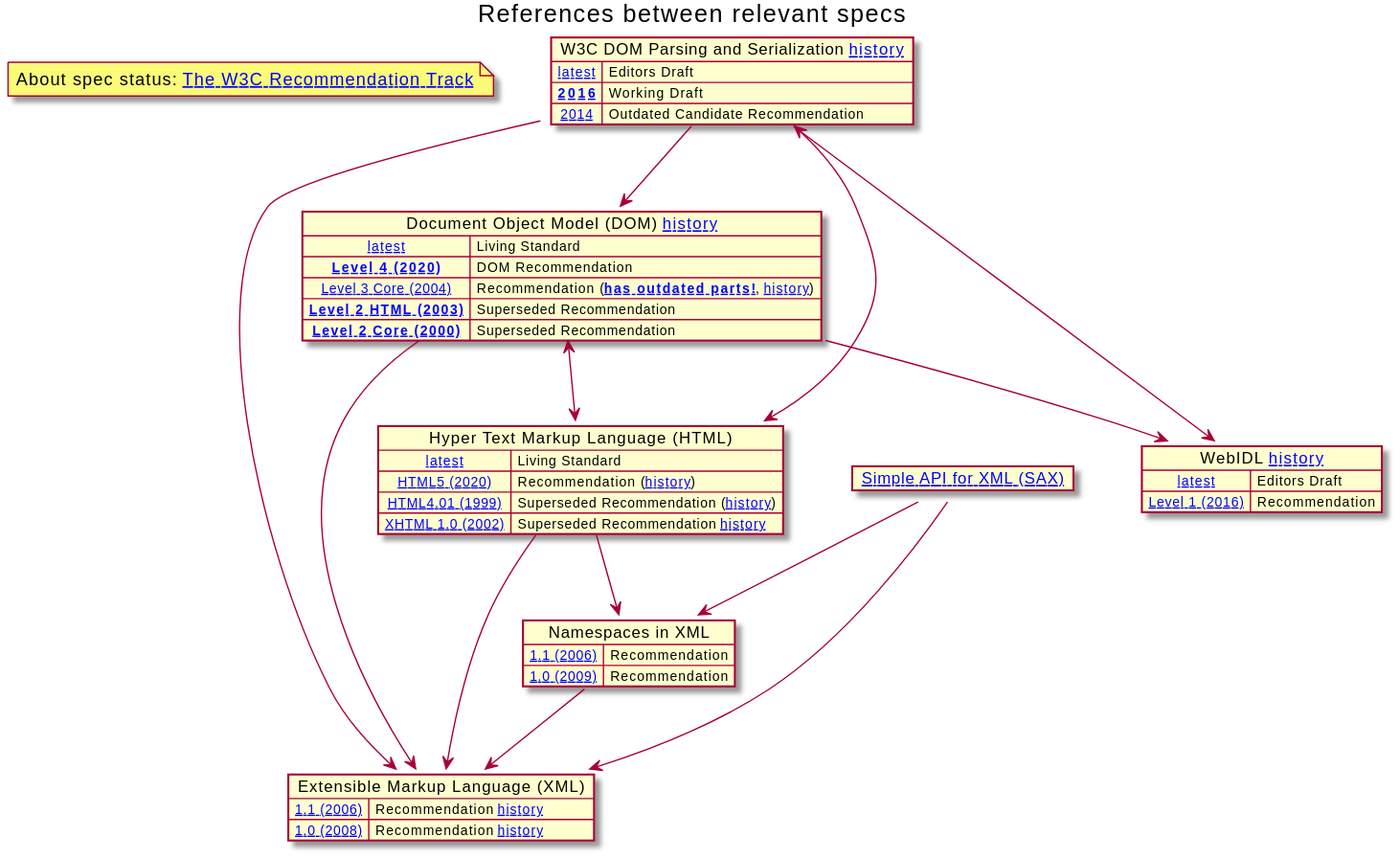
xmldom/xmldom keeps this PlantUML diagram as docs/specs.svg. Above is the earlier version. Its source is kept beside it as docs/specs.puml. The source it was exported from:
```plantuml
@startuml

title "References between relevant specs"

note "About spec status: [[https://www.w3.org/2020/Process-20200915/#rec-track The W3C Recommendation Track]]" as status

map "W3C DOM Parsing and Serialization [[https://www.w3.org/standards/history/DOM-Parsing history]]" as DOMParsing {
  [[https://w3c.github.io/DOM-Parsing/ latest]] => Editors Draft
  **[[https://www.w3.org/TR/2016/WD-DOM-Parsing-20160517/ 2016]]** => Working Draft
  [[https://www.w3.org/TR/2014/CR-DOM-Parsing-20140617/ 2014]] => Outdated Candidate Recommendation
}

map "Document Object Model (DOM) [[https://www.w3.org/standards/history/dom history]]" as DOM {
  [[https://dom.spec.whatwg.org/ latest]] => Living Standard
  **[[https://dom.spec.whatwg.org/review-drafts/2019-06/ Level 4 (2020)]]** => DOM Recommendation
  [[https://www.w3.org/TR/DOM-Level-3-Core/ Level 3 Core (2004)]] => Recommendation (**[[https://dom.spec.whatwg.org/#historical has outdated parts!]]**, [[https://www.w3.org/standards/history/DOM-Level-3-Core history]])
  **[[https://www.w3.org/TR/DOM-Level-2-HTML/ Level 2 HTML (2003)]]** => Superseded Recommendation
  **[[https://www.w3.org/TR/DOM-Level-2-Core/ Level 2 Core (2000)]]** => Superseded Recommendation
}

map "Hyper Text Markup Language (HTML)" as HTML {
  [[https://html.spec.whatwg.org/ latest]] => Living Standard
  [[https://html.spec.whatwg.org/review-drafts/2020-01/ HTML5 (2020)]] => Recommendation ([[https://www.w3.org/standards/history/html history]])
  [[https://www.w3.org/TR/html401/ HTML4.01 (1999)]] => Recommendation ([[https://www.w3.org/standards/history/html401 history]])
  [[https://www.w3.org/TR/html401/ HTML4.01 (1999)]] => Superseded Recommendation ([[https://www.w3.org/standards/history/html401 history]])
  [[https://www.w3.org/TR/xhtml1/ XHTML 1.0 (2002)]] => Superseded Recommendation [[https://www.w3.org/standards/history/xhtml1 history]]
  [[https://www.w3.org/TR/xhtml1/ XHTML 1.0 (2002)]] => Superseded Recommendation [[https://www.w3.org/standards/history/xhtml1 history]]

}

map "Extensible Markup Language (XML)" as XML {
  [[https://www.w3.org/TR/xml11/ 1.1 (2006)]] => Recommendation [[https://www.w3.org/standards/history/xml11 history]]
  [[https://www.w3.org/TR/xml/ 1.0 (2008)]] => Recommendation [[https://www.w3.org/standards/history/xml history]]
}

map "Namespaces in XML" as XMLNS {
  [[https://www.w3.org/TR/xml-names11/ 1.1 (2006)]] => Recommendation
  [[https://www.w3.org/TR/REC-xml-names/ 1.0 (2009)]] => Recommendation
}

map "WebIDL [[https://www.w3.org/standards/history/WebIDL-1 history]]" as WebIDL {
  [[https://heycam.github.io/webidl/ latest]] => Editors Draft
  [[https://www.w3.org/TR/WebIDL-1/ Level 1 (2016)]] => Recommendation
}

map "[[http://www.saxproject.org/ Simple API for XML (SAX)]]" as SAX {

}

DOM <--> HTML
DOM --> WebIDL
DOM --> XML

DOMParsing --> DOM
DOMParsing <--> HTML
DOMParsing --> XML
DOMParsing --> WebIDL

HTML --> XML
HTML --> XMLNS

SAX --> XML
SAX --> XMLNS

XMLNS --> XML



@enduml
```
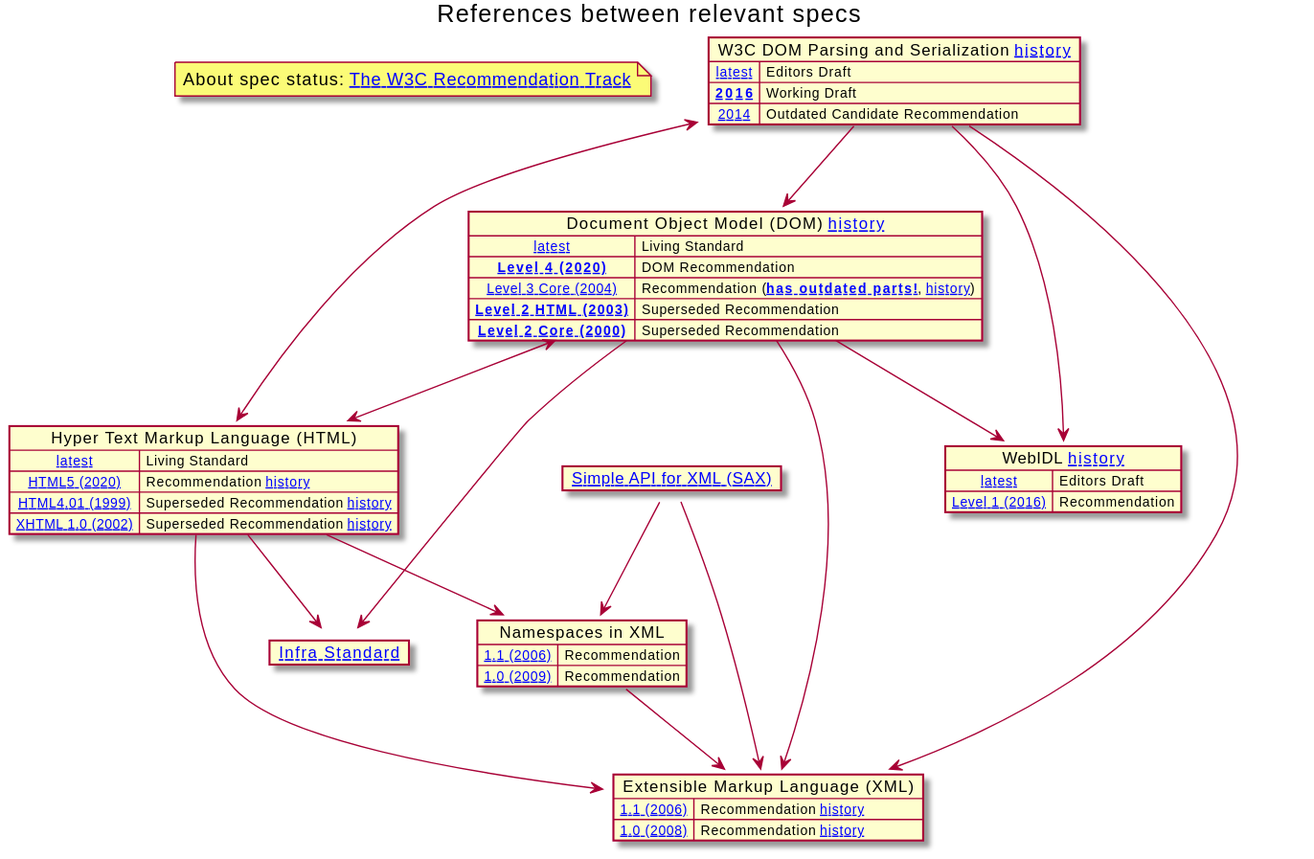
The same diagram one commit later.

Commit message:
docs: Add Infra Standard to the mix

The edit, as a diff of the source:
```diff
@@ -20,9 +20,9 @@
 
 map "Hyper Text Markup Language (HTML)" as HTML {
   [[https://html.spec.whatwg.org/ latest]] => Living Standard
-  [[https://html.spec.whatwg.org/review-drafts/2020-01/ HTML5 (2020)]] => Recommendation ([[https://www.w3.org/standards/history/html history]])
-  [[https://www.w3.org/TR/html401/ HTML4.01 (1999)]] => Recommendation ([[https://www.w3.org/standards/history/html401 history]])
-  [[https://www.w3.org/TR/html401/ HTML4.01 (1999)]] => Superseded Recommendation ([[https://www.w3.org/standards/history/html401 history]])
+  [[https://html.spec.whatwg.org/review-drafts/2020-01/ HTML5 (2020)]] => Recommendation [[https://www.w3.org/standards/history/html history]]
+  [[https://www.w3.org/TR/html401/ HTML4.01 (1999)]] => Recommendation [[https://www.w3.org/standards/history/html401 history]]
+  [[https://www.w3.org/TR/html401/ HTML4.01 (1999)]] => Superseded Recommendation [[https://www.w3.org/standards/history/html401 history]]
   [[https://www.w3.org/TR/xhtml1/ XHTML 1.0 (2002)]] => Superseded Recommendation [[https://www.w3.org/standards/history/xhtml1 history]]
   [[https://www.w3.org/TR/xhtml1/ XHTML 1.0 (2002)]] => Superseded Recommendation [[https://www.w3.org/standards/history/xhtml1 history]]
 
@@ -44,10 +44,15 @@
 }
 
 map "[[http://www.saxproject.org/ Simple API for XML (SAX)]]" as SAX {
-
 }
 
+map "[[https://infra.spec.whatwg.org/ Infra Standard]]" as Infra {
+}
+
+
+
 DOM <--> HTML
+DOM --> Infra
 DOM --> WebIDL
 DOM --> XML
 
@@ -56,6 +61,7 @@
 DOMParsing --> XML
 DOMParsing --> WebIDL
 
+HTML --> Infra
 HTML --> XML
 HTML --> XMLNS
 
@@ -64,6 +70,4 @@
 
 XMLNS --> XML
 
-
-
 @enduml
```
